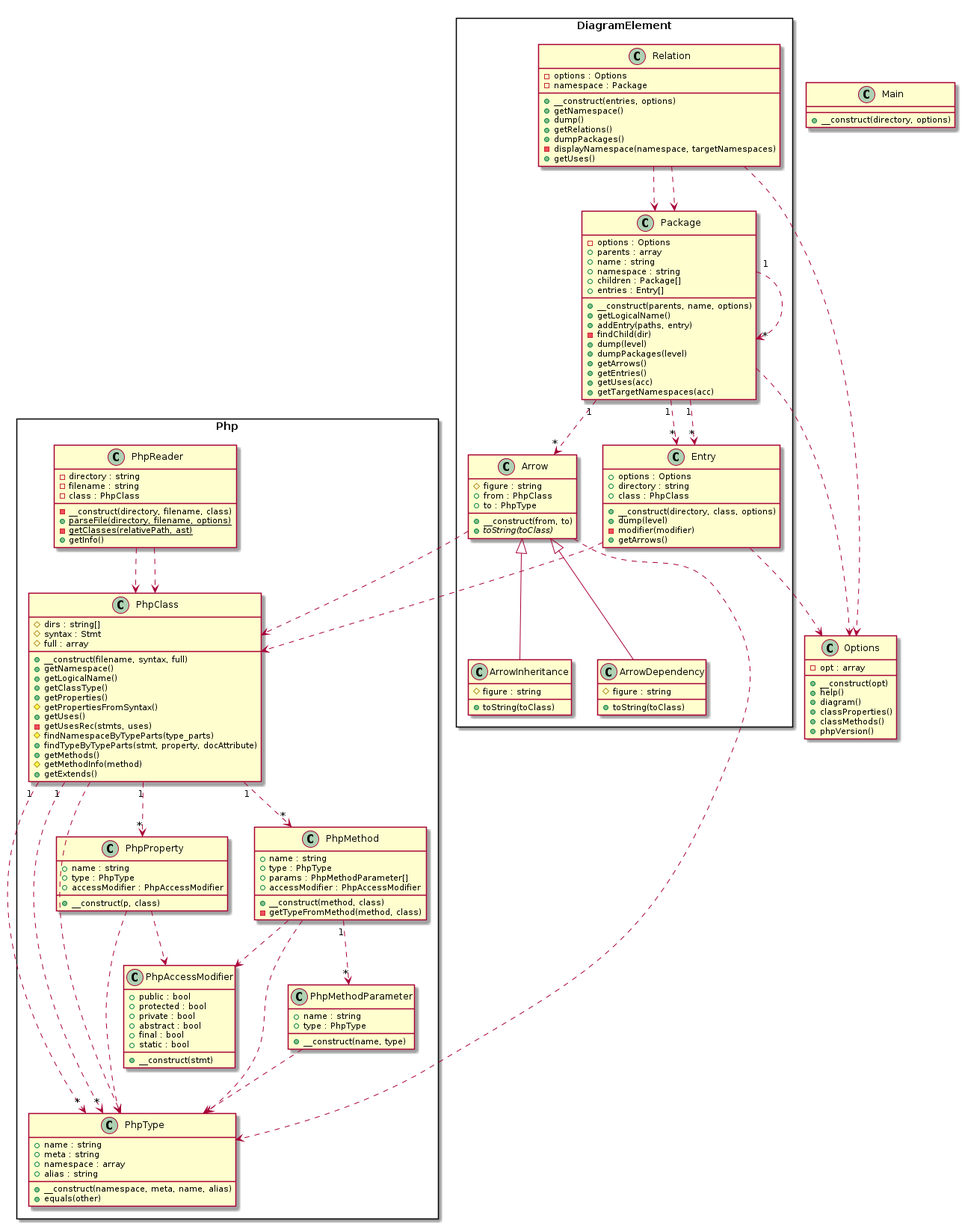
Earlier version of the PlantUML export dogfood.png (smeghead/php-class-diagram).
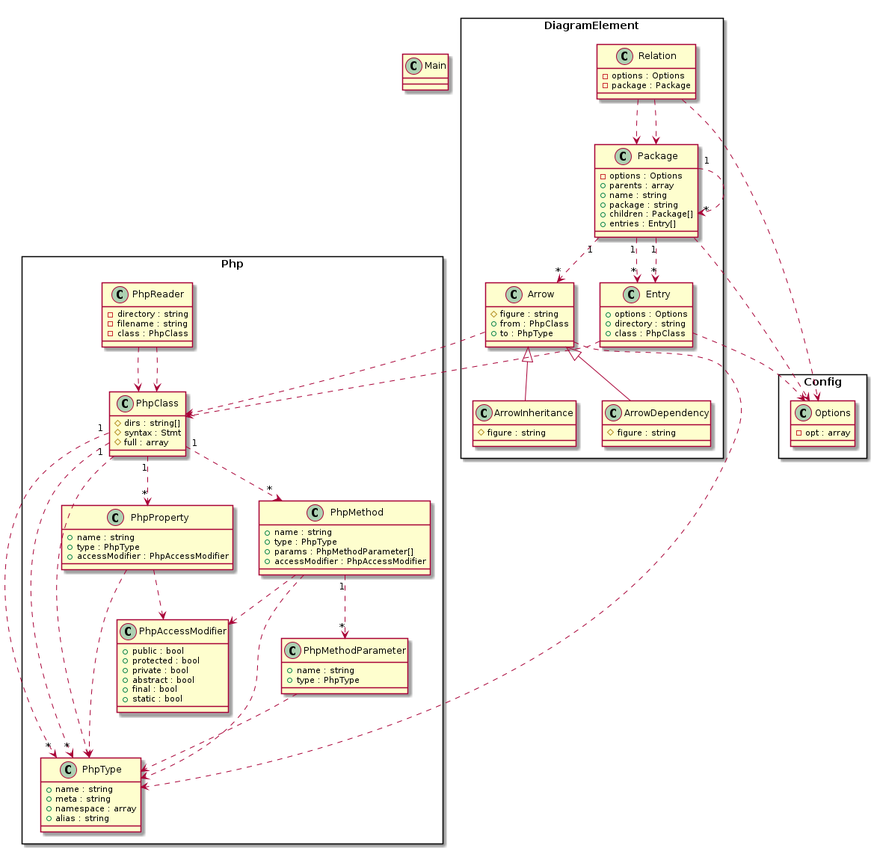
Later version of the same file.

Commit message:
refactor properties names and variable names. rename Namespace to Package.

What changed in the source:
```diff
@@ -1,62 +1,31 @@
-@startuml
-  class Options {
-    -opt : array
-    +__construct(opt)
-    +help()
-    +diagram()
-    +classProperties()
-    +classMethods()
-    +phpVersion()
-  }
+@startuml class-diagram
   class Main {
-    +__construct(directory, options)
   }
   package Php as Php <<Rectangle>> {
     class Php.PhpMethodParameter {
       +name : string
       +type : PhpType
-      +__construct(name, type)
     }
     class Php.PhpProperty {
       +name : string
       +type : PhpType
       +accessModifier : PhpAccessModifier
-      +__construct(p, class)
     }
     class Php.PhpClass {
       #dirs : string[]
       #syntax : Stmt
       #full : array
-      +__construct(filename, syntax, full)
-      +getNamespace()
-      +getLogicalName()
-      +getClassType()
-      +getProperties()
-      #getPropertiesFromSyntax()
-      +getUses()
-      -getUsesRec(stmts, uses)
-      #findNamespaceByTypeParts(type_parts)
-      +findTypeByTypeParts(stmt, property, docAttribute)
-      +getMethods()
-      #getMethodInfo(method)
-      +getExtends()
     }
     class Php.PhpReader {
       -directory : string
       -filename : string
       -class : PhpClass
-      -__construct(directory, filename, class)
-      {static} +parseFile(directory, filename, options)
-      {static} -getClasses(relativePath, ast)
-      +getInfo()
     }
     class Php.PhpMethod {
       +name : string
       +type : PhpType
       +params : PhpMethodParameter[]
       +accessModifier : PhpAccessModifier
-      +__construct(method, class)
-      -getTypeFromMethod(method, class)
     }
     class Php.PhpAccessModifier {
       +public : bool
@@ -65,86 +34,63 @@
       +abstract : bool
       +final : bool
       +static : bool
-      +__construct(stmt)
     }
     class Php.PhpType {
       +name : string
       +meta : string
       +namespace : array
       +alias : string
-      +__construct(namespace, meta, name, alias)
-      +equals(other)
+    }
+  }
+  package Config as Config <<Rectangle>> {
+    class Config.Options {
+      -opt : array
     }
   }
   package DiagramElement as DiagramElement <<Rectangle>> {
     class DiagramElement.ArrowInheritance {
       #figure : string
-      +toString(toClass)
     }
     class DiagramElement.Entry {
       +options : Options
       +directory : string
       +class : PhpClass
-      +__construct(directory, class, options)
-      +dump(level)
-      -modifier(modifier)
-      +getArrows()
     }
     class DiagramElement.Arrow {
       #figure : string
       +from : PhpClass
       +to : PhpType
-      +__construct(from, to)
-      {abstract} +toString(toClass)
     }
     class DiagramElement.Package {
       -options : Options
       +parents : array
       +name : string
-      +namespace : string
+      +package : string
       +children : Package[]
       +entries : Entry[]
-      +__construct(parents, name, options)
-      +getLogicalName()
-      +addEntry(paths, entry)
-      -findChild(dir)
-      +dump(level)
-      +dumpPackages(level)
-      +getArrows()
-      +getEntries()
-      +getUses(acc)
-      +getTargetNamespaces(acc)
     }
     class DiagramElement.Relation {
       -options : Options
-      -namespace : Package
-      +__construct(entries, options)
-      +getNamespace()
-      +dump()
-      +getRelations()
-      +dumpPackages()
-      -displayNamespace(namespace, targetNamespaces)
-      +getUses()
+      -package : Package
     }
     class DiagramElement.ArrowDependency {
       #figure : string
-      +toString(toClass)
     }
   }
   DiagramElement.Arrow ..> Php.PhpClass
   DiagramElement.Arrow ..> Php.PhpType
   DiagramElement.Arrow <|-- DiagramElement.ArrowDependency
   DiagramElement.Arrow <|-- DiagramElement.ArrowInheritance
-  DiagramElement.Entry ..> Options
+  DiagramElement.Entry ..> Config.Options
   DiagramElement.Entry ..> Php.PhpClass
   DiagramElement.Package "1" ..> "*" DiagramElement.Arrow
   DiagramElement.Package "1" ..> "*" DiagramElement.Entry
   DiagramElement.Package "1" ..> "*" DiagramElement.Entry
   DiagramElement.Package "1" ..> "*" DiagramElement.Package
-  DiagramElement.Package ..> Options
+  DiagramElement.Package ..> Config.Options
+  DiagramElement.Relation ..> Config.Options
   DiagramElement.Relation ..> DiagramElement.Package
   DiagramElement.Relation ..> DiagramElement.Package
-  DiagramElement.Relation ..> Options
   Php.PhpClass "1" ..> "*" Php.PhpMethod
   Php.PhpClass "1" ..> "*" Php.PhpProperty
   Php.PhpClass "1" ..> "*" Php.PhpType
```
